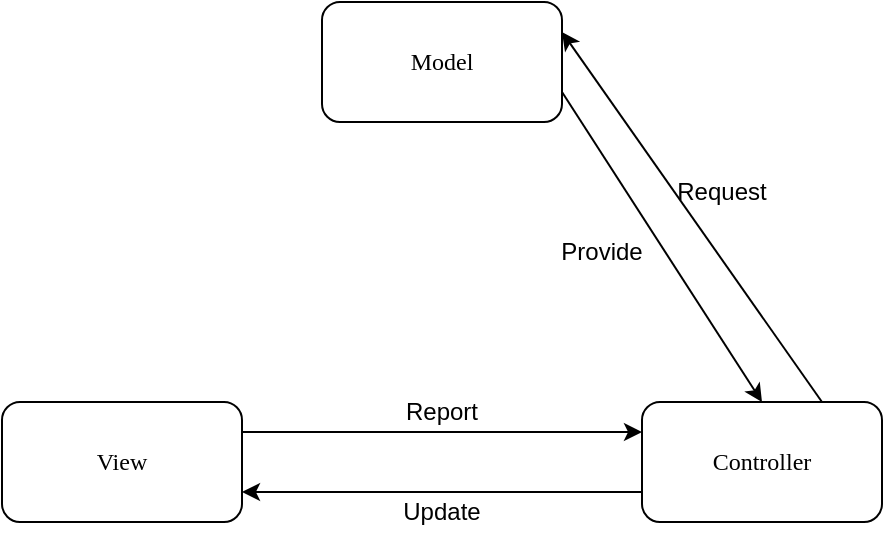
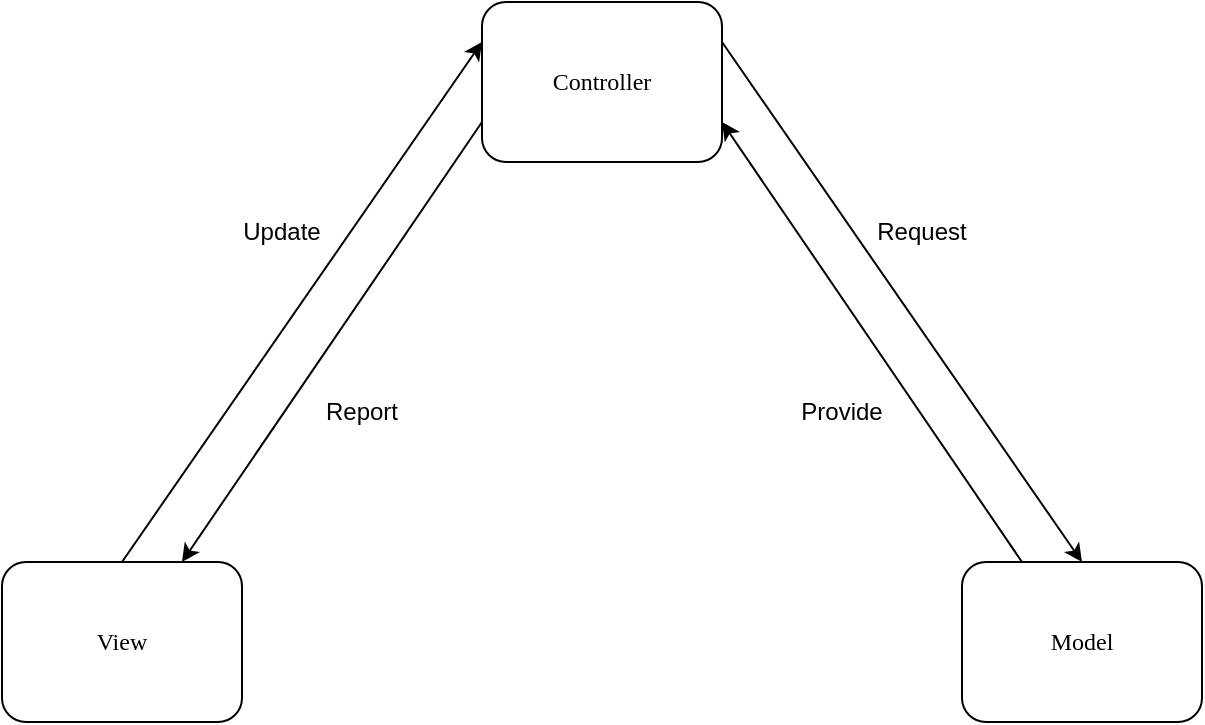
- <mxfile host="Electron" agent="Mozilla/5.0 (Windows NT 10.0; Win64; x64) AppleWebKit/537.36 (KHTML, like Gecko) draw.io/28.0.6 Chrome/138.0.7204.100 Electron/37.2.3 Safari/537.36" version="28.0.6">
+ <mxfile host="Electron" agent="Mozilla/5.0 (Windows NT 10.0; Win64; x64) AppleWebKit/537.36 (KHTML, like Gecko) draw.io/28.1.2 Chrome/138.0.7204.243 Electron/37.4.0 Safari/537.36" version="28.1.2" pages="2">
  <diagram name="MVC" id="Ojb2_6mZQ_LLcVyaUhZz">
    <mxGraphModel dx="1213" dy="828" grid="1" gridSize="10" guides="1" tooltips="1" connect="1" arrows="1" fold="1" page="1" pageScale="1" pageWidth="827" pageHeight="1169" math="0" shadow="0">
      <root>
        <mxCell id="0" />
        <mxCell id="1" parent="0" />
-         <mxCell id="auSPVRlGnBSbPyZ_9Uxh-1" value="Model" style="rounded=1;whiteSpace=wrap;html=1;fontFamily=Maple Mono Normal NF CN;" vertex="1" parent="1">
-           <mxGeometry x="320" y="240" width="120" height="60" as="geometry" />
+         <mxCell id="auSPVRlGnBSbPyZ_9Uxh-1" value="Model" style="rounded=1;whiteSpace=wrap;html=1;fontFamily=Maple Mono Normal NF CN;" parent="1" vertex="1">
+           <mxGeometry x="560" y="440" width="120" height="80" as="geometry" />
        </mxCell>
-         <mxCell id="auSPVRlGnBSbPyZ_9Uxh-2" value="View" style="rounded=1;whiteSpace=wrap;html=1;fontFamily=Maple Mono Normal NF CN;" vertex="1" parent="1">
-           <mxGeometry x="160" y="440" width="120" height="60" as="geometry" />
+         <mxCell id="auSPVRlGnBSbPyZ_9Uxh-2" value="View" style="rounded=1;whiteSpace=wrap;html=1;fontFamily=Maple Mono Normal NF CN;" parent="1" vertex="1">
+           <mxGeometry x="80" y="440" width="120" height="80" as="geometry" />
        </mxCell>
-         <mxCell id="auSPVRlGnBSbPyZ_9Uxh-3" value="Controller" style="rounded=1;whiteSpace=wrap;html=1;fontFamily=Maple Mono Normal NF CN;" vertex="1" parent="1">
-           <mxGeometry x="480" y="440" width="120" height="60" as="geometry" />
+         <mxCell id="auSPVRlGnBSbPyZ_9Uxh-3" value="Controller" style="rounded=1;whiteSpace=wrap;html=1;fontFamily=Maple Mono Normal NF CN;" parent="1" vertex="1">
+           <mxGeometry x="320" y="160" width="120" height="80" as="geometry" />
        </mxCell>
-         <mxCell id="auSPVRlGnBSbPyZ_9Uxh-5" value="" style="endArrow=classic;html=1;rounded=0;exitX=1;exitY=0.25;exitDx=0;exitDy=0;entryX=0;entryY=0.25;entryDx=0;entryDy=0;" edge="1" parent="1" source="auSPVRlGnBSbPyZ_9Uxh-2" target="auSPVRlGnBSbPyZ_9Uxh-3">
+         <mxCell id="auSPVRlGnBSbPyZ_9Uxh-5" value="" style="endArrow=classic;html=1;rounded=0;exitX=0.5;exitY=0;exitDx=0;exitDy=0;entryX=0;entryY=0.25;entryDx=0;entryDy=0;" parent="1" source="auSPVRlGnBSbPyZ_9Uxh-2" target="auSPVRlGnBSbPyZ_9Uxh-3" edge="1">
          <mxGeometry width="50" height="50" relative="1" as="geometry">
            <mxPoint x="180" y="410" as="sourcePoint" />
            <mxPoint x="230" y="360" as="targetPoint" />
          </mxGeometry>
        </mxCell>
-         <mxCell id="auSPVRlGnBSbPyZ_9Uxh-6" value="" style="endArrow=classic;html=1;rounded=0;entryX=1;entryY=0.75;entryDx=0;entryDy=0;exitX=0;exitY=0.75;exitDx=0;exitDy=0;" edge="1" parent="1" source="auSPVRlGnBSbPyZ_9Uxh-3" target="auSPVRlGnBSbPyZ_9Uxh-2">
+         <mxCell id="auSPVRlGnBSbPyZ_9Uxh-6" value="" style="endArrow=classic;html=1;rounded=0;entryX=0.75;entryY=0;entryDx=0;entryDy=0;exitX=0;exitY=0.75;exitDx=0;exitDy=0;" parent="1" source="auSPVRlGnBSbPyZ_9Uxh-3" target="auSPVRlGnBSbPyZ_9Uxh-2" edge="1">
          <mxGeometry width="50" height="50" relative="1" as="geometry">
            <mxPoint x="380" y="380" as="sourcePoint" />
            <mxPoint x="330" y="360" as="targetPoint" />
          </mxGeometry>
        </mxCell>
-         <mxCell id="auSPVRlGnBSbPyZ_9Uxh-8" value="" style="endArrow=classic;html=1;rounded=0;exitX=0.75;exitY=0;exitDx=0;exitDy=0;entryX=1;entryY=0.25;entryDx=0;entryDy=0;" edge="1" parent="1" source="auSPVRlGnBSbPyZ_9Uxh-3" target="auSPVRlGnBSbPyZ_9Uxh-1">
+         <mxCell id="auSPVRlGnBSbPyZ_9Uxh-8" value="" style="endArrow=classic;html=1;rounded=0;exitX=1;exitY=0.25;exitDx=0;exitDy=0;entryX=0.5;entryY=0;entryDx=0;entryDy=0;" parent="1" source="auSPVRlGnBSbPyZ_9Uxh-3" target="auSPVRlGnBSbPyZ_9Uxh-1" edge="1">
          <mxGeometry width="50" height="50" relative="1" as="geometry">
            <mxPoint x="680" y="320" as="sourcePoint" />
            <mxPoint x="730" y="270" as="targetPoint" />
          </mxGeometry>
        </mxCell>
-         <mxCell id="auSPVRlGnBSbPyZ_9Uxh-9" value="" style="endArrow=classic;html=1;rounded=0;entryX=0.5;entryY=0;entryDx=0;entryDy=0;exitX=1;exitY=0.75;exitDx=0;exitDy=0;" edge="1" parent="1" source="auSPVRlGnBSbPyZ_9Uxh-1" target="auSPVRlGnBSbPyZ_9Uxh-3">
+         <mxCell id="auSPVRlGnBSbPyZ_9Uxh-9" value="" style="endArrow=classic;html=1;rounded=0;entryX=1;entryY=0.75;entryDx=0;entryDy=0;exitX=0.25;exitY=0;exitDx=0;exitDy=0;" parent="1" source="auSPVRlGnBSbPyZ_9Uxh-1" target="auSPVRlGnBSbPyZ_9Uxh-3" edge="1">
          <mxGeometry width="50" height="50" relative="1" as="geometry">
            <mxPoint x="430" y="460" as="sourcePoint" />
            <mxPoint x="480" y="410" as="targetPoint" />
          </mxGeometry>
        </mxCell>
-         <mxCell id="auSPVRlGnBSbPyZ_9Uxh-10" value="Report" style="text;html=1;align=center;verticalAlign=middle;whiteSpace=wrap;rounded=0;" vertex="1" parent="1">
-           <mxGeometry x="350" y="430" width="60" height="30" as="geometry" />
+         <mxCell id="auSPVRlGnBSbPyZ_9Uxh-10" value="Report" style="text;html=1;align=center;verticalAlign=middle;whiteSpace=wrap;rounded=0;" parent="1" vertex="1">
+           <mxGeometry x="230" y="350" width="60" height="30" as="geometry" />
        </mxCell>
-         <mxCell id="auSPVRlGnBSbPyZ_9Uxh-11" value="Update" style="text;html=1;align=center;verticalAlign=middle;whiteSpace=wrap;rounded=0;" vertex="1" parent="1">
-           <mxGeometry x="350" y="480" width="60" height="30" as="geometry" />
+         <mxCell id="auSPVRlGnBSbPyZ_9Uxh-11" value="Update" style="text;html=1;align=center;verticalAlign=middle;whiteSpace=wrap;rounded=0;" parent="1" vertex="1">
+           <mxGeometry x="190" y="260" width="60" height="30" as="geometry" />
        </mxCell>
-         <mxCell id="auSPVRlGnBSbPyZ_9Uxh-12" value="Request" style="text;html=1;align=center;verticalAlign=middle;whiteSpace=wrap;rounded=0;" vertex="1" parent="1">
-           <mxGeometry x="490" y="320" width="60" height="30" as="geometry" />
+         <mxCell id="auSPVRlGnBSbPyZ_9Uxh-12" value="Request" style="text;html=1;align=center;verticalAlign=middle;whiteSpace=wrap;rounded=0;" parent="1" vertex="1">
+           <mxGeometry x="510" y="260" width="60" height="30" as="geometry" />
        </mxCell>
-         <mxCell id="auSPVRlGnBSbPyZ_9Uxh-13" value="Provide" style="text;html=1;align=center;verticalAlign=middle;whiteSpace=wrap;rounded=0;" vertex="1" parent="1">
-           <mxGeometry x="430" y="350" width="60" height="30" as="geometry" />
+         <mxCell id="auSPVRlGnBSbPyZ_9Uxh-13" value="Provide" style="text;html=1;align=center;verticalAlign=middle;whiteSpace=wrap;rounded=0;" parent="1" vertex="1">
+           <mxGeometry x="470" y="350" width="60" height="30" as="geometry" />
+         </mxCell>
+       </root>
+     </mxGraphModel>
+   </diagram>
+   <diagram id="azDpeDGiANuVX6y2ROY9" name="FSM">
+     <mxGraphModel dx="1213" dy="828" grid="1" gridSize="10" guides="1" tooltips="1" connect="1" arrows="1" fold="1" page="1" pageScale="1" pageWidth="827" pageHeight="1169" math="0" shadow="0">
+       <root>
+         <mxCell id="0" />
+         <mxCell id="1" parent="0" />
+         <mxCell id="bjTNepLgt1-lw0OCw_wr-3" style="edgeStyle=orthogonalEdgeStyle;rounded=0;orthogonalLoop=1;jettySize=auto;html=1;exitX=0.75;exitY=0;exitDx=0;exitDy=0;entryX=0;entryY=0.5;entryDx=0;entryDy=0;" edge="1" parent="1" source="bjTNepLgt1-lw0OCw_wr-1" target="bjTNepLgt1-lw0OCw_wr-2">
+           <mxGeometry relative="1" as="geometry" />
+         </mxCell>
+         <mxCell id="bjTNepLgt1-lw0OCw_wr-7" style="edgeStyle=orthogonalEdgeStyle;rounded=0;orthogonalLoop=1;jettySize=auto;html=1;exitX=1;exitY=0.5;exitDx=0;exitDy=0;entryX=0;entryY=0.5;entryDx=0;entryDy=0;" edge="1" parent="1" source="bjTNepLgt1-lw0OCw_wr-1" target="bjTNepLgt1-lw0OCw_wr-5">
+           <mxGeometry relative="1" as="geometry" />
+         </mxCell>
+         <mxCell id="bjTNepLgt1-lw0OCw_wr-1" value="Start State" style="rounded=1;whiteSpace=wrap;html=1;fontFamily=Maple Mono Normal NF CN;" vertex="1" parent="1">
+           <mxGeometry x="15" y="330" width="120" height="60" as="geometry" />
+         </mxCell>
+         <mxCell id="bjTNepLgt1-lw0OCw_wr-2" value="Next State A" style="rounded=1;whiteSpace=wrap;html=1;fontFamily=Maple Mono Normal NF CN;" vertex="1" parent="1">
+           <mxGeometry x="225" y="190" width="120" height="60" as="geometry" />
+         </mxCell>
+         <mxCell id="bjTNepLgt1-lw0OCw_wr-4" value="Trigger" style="text;html=1;align=center;verticalAlign=middle;whiteSpace=wrap;rounded=0;" vertex="1" parent="1">
+           <mxGeometry x="155" y="190" width="60" height="30" as="geometry" />
+         </mxCell>
+         <mxCell id="bjTNepLgt1-lw0OCw_wr-5" value="Next State B" style="rounded=1;whiteSpace=wrap;html=1;fontFamily=Maple Mono Normal NF CN;" vertex="1" parent="1">
+           <mxGeometry x="225" y="330" width="120" height="60" as="geometry" />
+         </mxCell>
+         <mxCell id="bjTNepLgt1-lw0OCw_wr-6" value="Trigger" style="text;html=1;align=center;verticalAlign=middle;whiteSpace=wrap;rounded=0;" vertex="1" parent="1">
+           <mxGeometry x="155" y="330" width="60" height="30" as="geometry" />
+         </mxCell>
+         <mxCell id="bjTNepLgt1-lw0OCw_wr-8" style="edgeStyle=orthogonalEdgeStyle;rounded=0;orthogonalLoop=1;jettySize=auto;html=1;exitX=1;exitY=0.5;exitDx=0;exitDy=0;entryX=0;entryY=0.5;entryDx=0;entryDy=0;" edge="1" parent="1" target="bjTNepLgt1-lw0OCw_wr-9" source="bjTNepLgt1-lw0OCw_wr-2">
+           <mxGeometry relative="1" as="geometry">
+             <mxPoint x="345" y="220" as="sourcePoint" />
+           </mxGeometry>
+         </mxCell>
+         <mxCell id="bjTNepLgt1-lw0OCw_wr-9" value="Next State A1" style="rounded=1;whiteSpace=wrap;html=1;fontFamily=Maple Mono Normal NF CN;" vertex="1" parent="1">
+           <mxGeometry x="425" y="190" width="120" height="60" as="geometry" />
+         </mxCell>
+         <mxCell id="bjTNepLgt1-lw0OCw_wr-10" value="Trigger" style="text;html=1;align=center;verticalAlign=middle;whiteSpace=wrap;rounded=0;" vertex="1" parent="1">
+           <mxGeometry x="355" y="190" width="60" height="30" as="geometry" />
+         </mxCell>
+         <mxCell id="bjTNepLgt1-lw0OCw_wr-11" style="edgeStyle=orthogonalEdgeStyle;rounded=0;orthogonalLoop=1;jettySize=auto;html=1;exitX=0.75;exitY=0;exitDx=0;exitDy=0;entryX=0;entryY=0.5;entryDx=0;entryDy=0;" edge="1" parent="1" target="bjTNepLgt1-lw0OCw_wr-12" source="bjTNepLgt1-lw0OCw_wr-5">
+           <mxGeometry relative="1" as="geometry">
+             <mxPoint x="345" y="310" as="sourcePoint" />
+           </mxGeometry>
+         </mxCell>
+         <mxCell id="bjTNepLgt1-lw0OCw_wr-12" value="Next State B1" style="rounded=1;whiteSpace=wrap;html=1;fontFamily=Maple Mono Normal NF CN;" vertex="1" parent="1">
+           <mxGeometry x="425" y="280" width="120" height="60" as="geometry" />
+         </mxCell>
+         <mxCell id="bjTNepLgt1-lw0OCw_wr-13" value="Trigger" style="text;html=1;align=center;verticalAlign=middle;whiteSpace=wrap;rounded=0;" vertex="1" parent="1">
+           <mxGeometry x="355" y="280" width="60" height="30" as="geometry" />
+         </mxCell>
+         <mxCell id="bjTNepLgt1-lw0OCw_wr-14" style="edgeStyle=orthogonalEdgeStyle;rounded=0;orthogonalLoop=1;jettySize=auto;html=1;exitX=0.75;exitY=1;exitDx=0;exitDy=0;entryX=0;entryY=0.5;entryDx=0;entryDy=0;" edge="1" parent="1" target="bjTNepLgt1-lw0OCw_wr-15" source="bjTNepLgt1-lw0OCw_wr-5">
+           <mxGeometry relative="1" as="geometry">
+             <mxPoint x="345" y="400" as="sourcePoint" />
+           </mxGeometry>
+         </mxCell>
+         <mxCell id="bjTNepLgt1-lw0OCw_wr-15" value="Next State B2" style="rounded=1;whiteSpace=wrap;html=1;fontFamily=Maple Mono Normal NF CN;" vertex="1" parent="1">
+           <mxGeometry x="425" y="380" width="120" height="60" as="geometry" />
+         </mxCell>
+         <mxCell id="bjTNepLgt1-lw0OCw_wr-16" value="Trigger" style="text;html=1;align=center;verticalAlign=middle;whiteSpace=wrap;rounded=0;" vertex="1" parent="1">
+           <mxGeometry x="355" y="370" width="60" height="30" as="geometry" />
+         </mxCell>
+         <mxCell id="bjTNepLgt1-lw0OCw_wr-17" style="edgeStyle=orthogonalEdgeStyle;rounded=0;orthogonalLoop=1;jettySize=auto;html=1;exitX=0.75;exitY=1;exitDx=0;exitDy=0;entryX=0;entryY=0.5;entryDx=0;entryDy=0;" edge="1" parent="1" target="bjTNepLgt1-lw0OCw_wr-18" source="bjTNepLgt1-lw0OCw_wr-1">
+           <mxGeometry relative="1" as="geometry">
+             <mxPoint x="225" y="500" as="sourcePoint" />
+           </mxGeometry>
+         </mxCell>
+         <mxCell id="bjTNepLgt1-lw0OCw_wr-28" style="edgeStyle=orthogonalEdgeStyle;rounded=0;orthogonalLoop=1;jettySize=auto;html=1;exitX=1;exitY=0.5;exitDx=0;exitDy=0;entryX=0;entryY=0.5;entryDx=0;entryDy=0;" edge="1" parent="1" source="bjTNepLgt1-lw0OCw_wr-18" target="bjTNepLgt1-lw0OCw_wr-26">
+           <mxGeometry relative="1" as="geometry" />
+         </mxCell>
+         <mxCell id="bjTNepLgt1-lw0OCw_wr-18" value="Next State Z" style="rounded=1;whiteSpace=wrap;html=1;fontFamily=Maple Mono Normal NF CN;" vertex="1" parent="1">
+           <mxGeometry x="305" y="470" width="120" height="60" as="geometry" />
+         </mxCell>
+         <mxCell id="bjTNepLgt1-lw0OCw_wr-19" value="Trigger" style="text;html=1;align=center;verticalAlign=middle;whiteSpace=wrap;rounded=0;" vertex="1" parent="1">
+           <mxGeometry x="155" y="470" width="60" height="30" as="geometry" />
+         </mxCell>
+         <mxCell id="bjTNepLgt1-lw0OCw_wr-20" style="edgeStyle=orthogonalEdgeStyle;rounded=0;orthogonalLoop=1;jettySize=auto;html=1;exitX=1;exitY=0.5;exitDx=0;exitDy=0;entryX=0;entryY=0.5;entryDx=0;entryDy=0;" edge="1" parent="1" target="bjTNepLgt1-lw0OCw_wr-21" source="bjTNepLgt1-lw0OCw_wr-9">
+           <mxGeometry relative="1" as="geometry">
+             <mxPoint x="645" y="460" as="sourcePoint" />
+           </mxGeometry>
+         </mxCell>
+         <mxCell id="bjTNepLgt1-lw0OCw_wr-21" value="Final State A" style="rounded=1;whiteSpace=wrap;html=1;fontFamily=Maple Mono Normal NF CN;" vertex="1" parent="1">
+           <mxGeometry x="692" y="280" width="120" height="60" as="geometry" />
+         </mxCell>
+         <mxCell id="bjTNepLgt1-lw0OCw_wr-22" value="Trigger" style="text;html=1;align=center;verticalAlign=middle;whiteSpace=wrap;rounded=0;" vertex="1" parent="1">
+           <mxGeometry x="622" y="280" width="60" height="30" as="geometry" />
+         </mxCell>
+         <mxCell id="bjTNepLgt1-lw0OCw_wr-23" style="edgeStyle=orthogonalEdgeStyle;rounded=0;orthogonalLoop=1;jettySize=auto;html=1;exitX=1;exitY=0.5;exitDx=0;exitDy=0;entryX=0;entryY=0.5;entryDx=0;entryDy=0;" edge="1" parent="1" source="bjTNepLgt1-lw0OCw_wr-12" target="bjTNepLgt1-lw0OCw_wr-21">
+           <mxGeometry relative="1" as="geometry">
+             <mxPoint x="575" y="210" as="sourcePoint" />
+             <mxPoint x="755" y="450" as="targetPoint" />
+           </mxGeometry>
+         </mxCell>
+         <mxCell id="bjTNepLgt1-lw0OCw_wr-24" style="edgeStyle=orthogonalEdgeStyle;rounded=0;orthogonalLoop=1;jettySize=auto;html=1;exitX=1;exitY=0.5;exitDx=0;exitDy=0;entryX=0;entryY=0.5;entryDx=0;entryDy=0;" edge="1" parent="1" source="bjTNepLgt1-lw0OCw_wr-15" target="bjTNepLgt1-lw0OCw_wr-21">
+           <mxGeometry relative="1" as="geometry">
+             <mxPoint x="675" y="550" as="sourcePoint" />
+             <mxPoint x="855" y="790" as="targetPoint" />
+           </mxGeometry>
+         </mxCell>
+         <mxCell id="bjTNepLgt1-lw0OCw_wr-26" value="Final State B" style="rounded=1;whiteSpace=wrap;html=1;fontFamily=Maple Mono Normal NF CN;" vertex="1" parent="1">
+           <mxGeometry x="692" y="470" width="120" height="60" as="geometry" />
+         </mxCell>
+         <mxCell id="bjTNepLgt1-lw0OCw_wr-27" value="Trigger" style="text;html=1;align=center;verticalAlign=middle;whiteSpace=wrap;rounded=0;" vertex="1" parent="1">
+           <mxGeometry x="535" y="470" width="60" height="30" as="geometry" />
        </mxCell>
      </root>
    </mxGraphModel>
  </diagram>
</mxfile>
